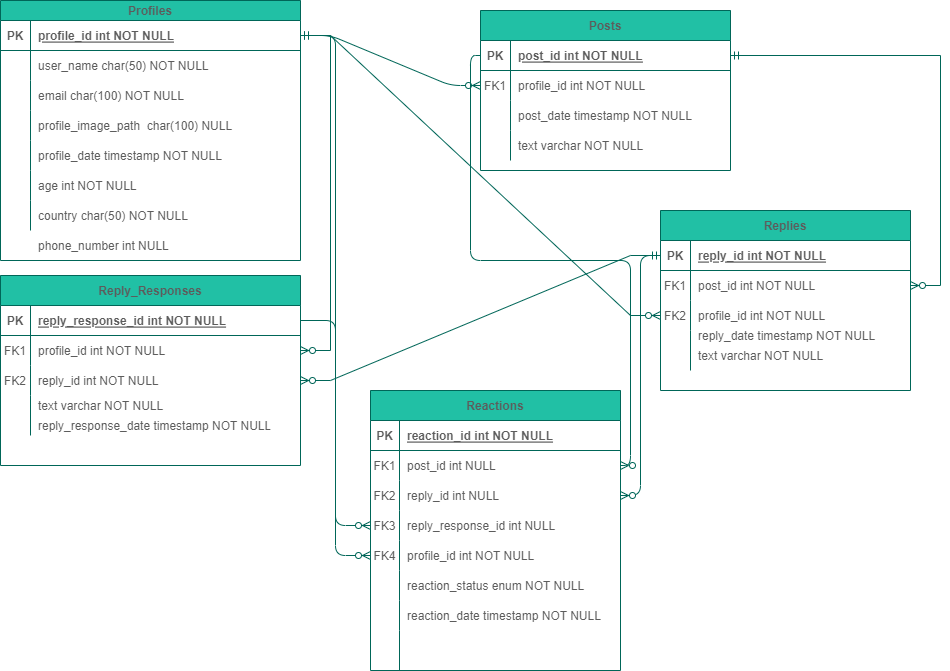
Mohammed-ALmasry/ERD_databases keeps this draw.io diagram as database.drawio.png. Above is the earlier version. Source tidied: cells renumbered, new cells last; positions are measured from the earlier drawing's top-left corner, leaving out a move shared by most shapes.
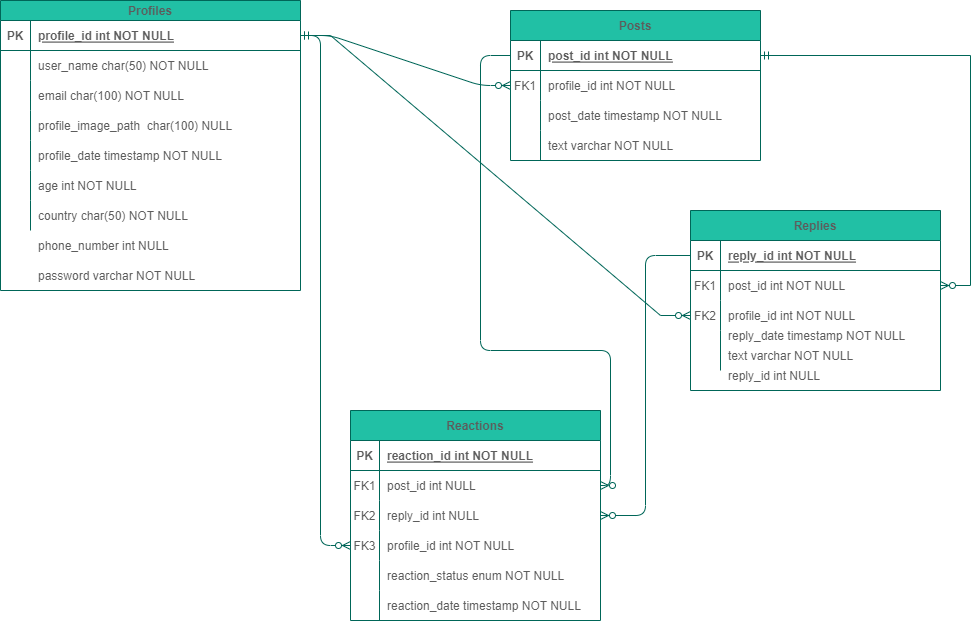
The same diagram one commit later.

Commit message:
Delete reply_responses table and Update Profiles table in database.drawio.png

What changed in the source:
```diff
@@ -6,7 +6,7 @@
       <mxGeometry relative="1" as="geometry" />
     </mxCell>
     <mxCell id="3" value="Posts" style="shape=table;startSize=30;rowLines=0;fontStyle=1;align=center;fillColor=#21C0A5;strokeColor=#006658;fontColor=#5C5C5C;" parent="1" vertex="1">
-      <mxGeometry x="480" y="10" width="250" height="160" as="geometry" />
+      <mxGeometry x="480" y="10" width="250" height="150" as="geometry" />
     </mxCell>
     <mxCell id="4" style="shape=partialRectangle;fillColor=none;points=[[0,0.5],[1,0.5]];portConstraint=eastwest;top=0;left=0;right=0;bottom=1;strokeColor=#006658;fontColor=#5C5C5C;" parent="3" vertex="1">
       <mxGeometry y="30" width="250" height="30" as="geometry" />
@@ -84,7 +84,7 @@
       <mxGeometry x="30" width="220" height="40" as="geometry" />
     </mxCell>
     <mxCell id="29" value="Profiles" style="shape=table;startSize=20;rowLines=0;fontStyle=1;align=center;fillColor=#21C0A5;strokeColor=#006658;fontColor=#5C5C5C;" parent="1" vertex="1">
-      <mxGeometry width="300" height="260" as="geometry" />
+      <mxGeometry x="-30" width="300" height="290" as="geometry" />
     </mxCell>
     <mxCell id="30" style="shape=partialRectangle;fillColor=none;points=[[0,0.5],[1,0.5]];portConstraint=eastwest;top=0;left=0;right=0;bottom=1;strokeColor=#006658;fontColor=#5C5C5C;" parent="29" vertex="1">
       <mxGeometry y="20" width="300" height="30" as="geometry" />
@@ -152,72 +152,21 @@
     <mxCell id="51" value="text varchar NOT NULL" style="shape=partialRectangle;overflow=hidden;fillColor=none;top=0;left=0;bottom=0;right=0;align=left;spacingLeft=6;strokeColor=#006658;fontColor=#5C5C5C;" parent="1" vertex="1">
       <mxGeometry x="690" y="340" width="220" height="30" as="geometry" />
     </mxCell>
-    <mxCell id="52" value="Reply_Responses" style="shape=table;startSize=30;rowLines=0;fontStyle=1;align=center;fillColor=#21C0A5;strokeColor=#006658;fontColor=#5C5C5C;" parent="1" vertex="1">
-      <mxGeometry y="275" width="300" height="190" as="geometry" />
-    </mxCell>
-    <mxCell id="53" style="shape=partialRectangle;fillColor=none;points=[[0,0.5],[1,0.5]];portConstraint=eastwest;top=0;left=0;right=0;bottom=1;strokeColor=#006658;fontColor=#5C5C5C;" parent="52" vertex="1">
-      <mxGeometry y="30" width="300" height="30" as="geometry" />
-    </mxCell>
-    <mxCell id="54" value="PK" style="shape=partialRectangle;overflow=hidden;fillColor=none;top=0;left=0;bottom=0;right=0;fontStyle=1;strokeColor=#006658;fontColor=#5C5C5C;" parent="53" vertex="1">
-      <mxGeometry width="30" height="30" as="geometry" />
-    </mxCell>
-    <mxCell id="55" value="reply_response_id int NOT NULL " style="shape=partialRectangle;overflow=hidden;fillColor=none;top=0;left=0;bottom=0;right=0;align=left;spacingLeft=6;fontStyle=5;strokeColor=#006658;fontColor=#5C5C5C;" parent="53" vertex="1">
-      <mxGeometry x="30" width="270" height="30" as="geometry" />
-    </mxCell>
-    <mxCell id="56" style="shape=partialRectangle;fillColor=none;points=[[0,0.5],[1,0.5]];portConstraint=eastwest;top=0;left=0;right=0;bottom=0;strokeColor=#006658;fontColor=#5C5C5C;" parent="52" vertex="1">
-      <mxGeometry y="60" width="300" height="30" as="geometry" />
-    </mxCell>
-    <mxCell id="57" value="FK1" style="shape=partialRectangle;overflow=hidden;fillColor=none;top=0;left=0;bottom=0;right=0;strokeColor=#006658;fontColor=#5C5C5C;" parent="56" vertex="1">
-      <mxGeometry width="30" height="30" as="geometry" />
-    </mxCell>
-    <mxCell id="58" value="profile_id int NOT NULL" style="shape=partialRectangle;overflow=hidden;fillColor=none;top=0;left=0;bottom=0;right=0;align=left;spacingLeft=6;strokeColor=#006658;fontColor=#5C5C5C;" parent="56" vertex="1">
-      <mxGeometry x="30" width="270" height="30" as="geometry" />
-    </mxCell>
-    <mxCell id="59" style="shape=partialRectangle;fillColor=none;points=[[0,0.5],[1,0.5]];portConstraint=eastwest;top=0;left=0;right=0;bottom=0;strokeColor=#006658;fontColor=#5C5C5C;" parent="52" vertex="1">
-      <mxGeometry y="90" width="300" height="30" as="geometry" />
-    </mxCell>
-    <mxCell id="60" value="FK2" style="shape=partialRectangle;overflow=hidden;fillColor=none;top=0;left=0;bottom=0;right=0;strokeColor=#006658;fontColor=#5C5C5C;" parent="59" vertex="1">
-      <mxGeometry width="30" height="30" as="geometry" />
-    </mxCell>
-    <mxCell id="61" value="reply_id int NOT NULL" style="shape=partialRectangle;overflow=hidden;fillColor=none;top=0;left=0;bottom=0;right=0;align=left;spacingLeft=6;strokeColor=#006658;fontColor=#5C5C5C;" parent="59" vertex="1">
-      <mxGeometry x="30" width="270" height="30" as="geometry" />
-    </mxCell>
-    <mxCell id="62" style="shape=partialRectangle;fillColor=none;top=0;left=0;right=0;bottom=0;strokeColor=#006658;fontColor=#5C5C5C;" parent="52" vertex="1">
-      <mxGeometry y="120" width="300" height="40" as="geometry" />
-    </mxCell>
-    <mxCell id="63" style="shape=partialRectangle;overflow=hidden;fillColor=none;top=0;left=0;bottom=0;right=0;strokeColor=#006658;fontColor=#5C5C5C;" parent="62" vertex="1">
-      <mxGeometry width="30" height="40" as="geometry" />
-    </mxCell>
-    <mxCell id="64" style="shape=partialRectangle;overflow=hidden;fillColor=none;top=0;left=0;bottom=0;right=0;align=left;spacingLeft=6;strokeColor=#006658;fontColor=#5C5C5C;" parent="62" vertex="1">
-      <mxGeometry x="30" width="270" height="40" as="geometry" />
-    </mxCell>
-    <mxCell id="65" value="text varchar NOT NULL" style="shape=partialRectangle;overflow=hidden;fillColor=none;top=0;left=0;bottom=0;right=0;align=left;spacingLeft=6;strokeColor=#006658;fontColor=#5C5C5C;" parent="1" vertex="1">
-      <mxGeometry x="30" y="390" width="220" height="30" as="geometry" />
-    </mxCell>
-    <mxCell id="66" value="reply_response_date timestamp NOT NULL" style="shape=partialRectangle;overflow=hidden;fillColor=none;top=0;left=0;bottom=0;right=0;align=left;spacingLeft=6;strokeColor=#006658;fontColor=#5C5C5C;" parent="1" vertex="1">
-      <mxGeometry x="30" y="410" width="240" height="30" as="geometry" />
-    </mxCell>
     <mxCell id="67" value="profile_date timestamp NOT NULL" style="shape=partialRectangle;overflow=hidden;fillColor=none;top=0;left=0;bottom=0;right=0;align=left;spacingLeft=6;strokeColor=#006658;fontColor=#5C5C5C;" parent="1" vertex="1">
-      <mxGeometry x="30" y="140" width="240" height="30" as="geometry" />
+      <mxGeometry y="140" width="240" height="30" as="geometry" />
     </mxCell>
     <mxCell id="68" value="reply_date timestamp NOT NULL" style="shape=partialRectangle;overflow=hidden;fillColor=none;top=0;left=0;bottom=0;right=0;align=left;spacingLeft=6;strokeColor=#006658;fontColor=#5C5C5C;" parent="1" vertex="1">
       <mxGeometry x="690" y="320" width="240" height="30" as="geometry" />
     </mxCell>
     <mxCell id="69" value="country char(50) NOT NULL" style="shape=partialRectangle;overflow=hidden;fillColor=none;top=0;left=0;bottom=0;right=0;align=left;spacingLeft=6;strokeColor=#006658;fontColor=#5C5C5C;" parent="1" vertex="1">
-      <mxGeometry x="30" y="200" width="270" height="30" as="geometry" />
+      <mxGeometry y="200" width="270" height="30" as="geometry" />
     </mxCell>
     <mxCell id="70" value="email char(100) NOT NULL" style="shape=partialRectangle;overflow=hidden;fillColor=none;top=0;left=0;bottom=0;right=0;align=left;spacingLeft=6;strokeColor=#006658;fontColor=#5C5C5C;" parent="1" vertex="1">
-      <mxGeometry x="30" y="80" width="270" height="30" as="geometry" />
+      <mxGeometry y="80" width="270" height="30" as="geometry" />
     </mxCell>
     <mxCell id="71" value="phone_number int NULL" style="shape=partialRectangle;overflow=hidden;fillColor=none;top=0;left=0;bottom=0;right=0;align=left;spacingLeft=6;strokeColor=#006658;fontColor=#5C5C5C;" parent="1" vertex="1">
-      <mxGeometry x="30" y="230" width="270" height="30" as="geometry" />
+      <mxGeometry y="230" width="270" height="30" as="geometry" />
     </mxCell>
-    <mxCell id="72" style="edgeStyle=entityRelationEdgeStyle;fontSize=12;html=1;endArrow=ERzeroToMany;startArrow=ERmandOne;rounded=0;strokeColor=#006658;fontColor=#5C5C5C;fillColor=#21C0A5;" parent="1" edge="1" source="17" target="59">
-      <mxGeometry relative="1" as="geometry" />
-    </mxCell>
-    <mxCell id="73" style="edgeStyle=entityRelationEdgeStyle;fontSize=12;html=1;endArrow=ERzeroToMany;startArrow=ERmandOne;rounded=0;strokeColor=#006658;fontColor=#5C5C5C;fillColor=#21C0A5;" parent="1" edge="1" source="30" target="56">
-      <mxGeometry relative="1" as="geometry" />
-    </mxCell>
     <mxCell id="74" style="edgeStyle=entityRelationEdgeStyle;fontSize=12;html=1;endArrow=ERzeroToMany;startArrow=ERmandOne;rounded=0;strokeColor=#006658;fontColor=#5C5C5C;fillColor=#21C0A5;" parent="1" edge="1" source="4" target="20">
       <mxGeometry relative="1" as="geometry" />
     </mxCell>
@@ -225,7 +174,7 @@
       <mxGeometry relative="1" as="geometry" />
     </mxCell>
     <mxCell id="76" value="Reactions" style="shape=table;startSize=30;rowLines=0;fontStyle=1;align=center;fillColor=#21C0A5;strokeColor=#006658;fontColor=#5C5C5C;" parent="1" vertex="1">
-      <mxGeometry x="370" y="390" width="250" height="280" as="geometry" />
+      <mxGeometry x="320" y="410" width="250" height="210" as="geometry" />
     </mxCell>
     <mxCell id="77" style="shape=partialRectangle;fillColor=none;top=0;left=0;right=0;bottom=1;strokeColor=#006658;fontColor=#5C5C5C;" parent="76" vertex="1">
       <mxGeometry y="30" width="250" height="30" as="geometry" />
@@ -260,20 +209,11 @@
     <mxCell id="87" value="FK3" style="shape=partialRectangle;overflow=hidden;fillColor=none;top=0;left=0;bottom=0;right=0;strokeColor=#006658;fontColor=#5C5C5C;" parent="86" vertex="1">
       <mxGeometry width="29" height="30" as="geometry" />
     </mxCell>
-    <mxCell id="88" value="reply_response_id int NULL" style="shape=partialRectangle;overflow=hidden;fillColor=none;top=0;left=0;bottom=0;right=0;align=left;spacingLeft=6;strokeColor=#006658;fontColor=#5C5C5C;" parent="86" vertex="1">
+    <mxCell id="88" value="profile_id int NOT NULL" style="shape=partialRectangle;overflow=hidden;fillColor=none;top=0;left=0;bottom=0;right=0;align=left;spacingLeft=6;strokeColor=#006658;fontColor=#5C5C5C;" parent="86" vertex="1">
       <mxGeometry x="29" width="221" height="30" as="geometry" />
     </mxCell>
-    <mxCell id="89" style="shape=partialRectangle;fillColor=none;points=[[0,0.5],[1,0.5]];portConstraint=eastwest;top=0;left=0;right=0;bottom=0;strokeColor=#006658;fontColor=#5C5C5C;" parent="76" vertex="1">
-      <mxGeometry y="150" width="250" height="30" as="geometry" />
-    </mxCell>
-    <mxCell id="90" value="FK4" style="shape=partialRectangle;overflow=hidden;fillColor=none;top=0;left=0;bottom=0;right=0;strokeColor=#006658;fontColor=#5C5C5C;" parent="89" vertex="1">
-      <mxGeometry width="29" height="30" as="geometry" />
-    </mxCell>
-    <mxCell id="91" value="profile_id int NOT NULL" style="shape=partialRectangle;overflow=hidden;fillColor=none;top=0;left=0;bottom=0;right=0;align=left;spacingLeft=6;strokeColor=#006658;fontColor=#5C5C5C;" parent="89" vertex="1">
-      <mxGeometry x="29" width="221" height="30" as="geometry" />
-    </mxCell>
     <mxCell id="92" style="shape=partialRectangle;fillColor=none;top=0;left=0;right=0;bottom=0;strokeColor=#006658;fontColor=#5C5C5C;" parent="76" vertex="1">
-      <mxGeometry y="180" width="250" height="30" as="geometry" />
+      <mxGeometry y="150" width="250" height="30" as="geometry" />
     </mxCell>
     <mxCell id="93" style="shape=partialRectangle;overflow=hidden;fillColor=none;top=0;left=0;bottom=0;right=0;strokeColor=#006658;fontColor=#5C5C5C;" parent="92" vertex="1">
       <mxGeometry width="29" height="30" as="geometry" />
@@ -282,7 +222,7 @@
       <mxGeometry x="29" width="221" height="30" as="geometry" />
     </mxCell>
     <mxCell id="95" style="shape=partialRectangle;fillColor=none;top=0;left=0;right=0;bottom=0;strokeColor=#006658;fontColor=#5C5C5C;" parent="76" vertex="1">
-      <mxGeometry y="210" width="250" height="30" as="geometry" />
+      <mxGeometry y="180" width="250" height="30" as="geometry" />
     </mxCell>
     <mxCell id="96" style="shape=partialRectangle;overflow=hidden;fillColor=none;top=0;left=0;bottom=0;right=0;strokeColor=#006658;fontColor=#5C5C5C;" parent="95" vertex="1">
       <mxGeometry width="29" height="30" as="geometry" />
@@ -290,26 +230,32 @@
     <mxCell id="97" value="reaction_date timestamp NOT NULL" style="shape=partialRectangle;overflow=hidden;fillColor=none;top=0;left=0;bottom=0;right=0;align=left;spacingLeft=6;strokeColor=#006658;fontColor=#5C5C5C;" parent="95" vertex="1">
       <mxGeometry x="29" width="221" height="30" as="geometry" />
     </mxCell>
-    <mxCell id="98" style="shape=partialRectangle;fillColor=none;top=0;left=0;right=0;bottom=0;strokeColor=#006658;fontColor=#5C5C5C;" parent="76" vertex="1">
-      <mxGeometry y="240" width="250" height="40" as="geometry" />
-    </mxCell>
-    <mxCell id="99" style="shape=partialRectangle;overflow=hidden;fillColor=none;top=0;left=0;bottom=0;right=0;strokeColor=#006658;fontColor=#5C5C5C;" parent="98" vertex="1">
-      <mxGeometry width="29" height="40" as="geometry" />
-    </mxCell>
-    <mxCell id="100" style="shape=partialRectangle;overflow=hidden;fillColor=none;top=0;left=0;bottom=0;right=0;align=left;spacingLeft=6;strokeColor=#006658;fontColor=#5C5C5C;" parent="98" vertex="1">
-      <mxGeometry x="29" width="221" height="40" as="geometry" />
-    </mxCell>
-    <mxCell id="101" style="edgeStyle=orthogonalEdgeStyle;fontSize=11;html=1;endArrow=ERzeroToMany;endFill=1;fontFamily=Helvetica;fontColor=#5C5C5C;align=center;strokeColor=#006658;fillColor=#21C0A5;" parent="1" edge="1" source="53" target="86">
-      <mxGeometry relative="1" as="geometry" />
-    </mxCell>
     <mxCell id="102" style="edgeStyle=orthogonalEdgeStyle;fontSize=11;html=1;endArrow=ERzeroToMany;endFill=1;fontFamily=Helvetica;fontColor=#5C5C5C;align=center;strokeColor=#006658;fillColor=#21C0A5;" parent="1" edge="1" source="17" target="83">
       <mxGeometry relative="1" as="geometry" />
     </mxCell>
     <mxCell id="103" style="edgeStyle=orthogonalEdgeStyle;fontSize=11;html=1;endArrow=ERzeroToMany;endFill=1;fontFamily=Helvetica;fontColor=#5C5C5C;align=center;strokeColor=#006658;fillColor=#21C0A5;" parent="1" edge="1" source="4" target="80">
-      <mxGeometry relative="1" as="geometry" />
+      <mxGeometry relative="1" as="geometry">
+        <Array as="points">
+          <mxPoint x="450" y="55" />
+          <mxPoint x="450" y="350" />
+          <mxPoint x="580" y="350" />
+          <mxPoint x="580" y="485" />
+        </Array>
+      </mxGeometry>
     </mxCell>
-    <mxCell id="104" style="edgeStyle=orthogonalEdgeStyle;fontSize=11;html=1;endArrow=ERzeroToMany;endFill=1;fontFamily=Helvetica;fontColor=#5C5C5C;align=center;strokeColor=#006658;fillColor=#21C0A5;" parent="1" edge="1" source="30" target="89">
-      <mxGeometry relative="1" as="geometry" />
+    <mxCell id="104" style="edgeStyle=orthogonalEdgeStyle;fontSize=11;html=1;endArrow=ERzeroToMany;endFill=1;fontFamily=Helvetica;fontColor=#5C5C5C;align=center;strokeColor=#006658;fillColor=#21C0A5;" parent="1" edge="1" source="30" target="86">
+      <mxGeometry relative="1" as="geometry">
+        <Array as="points">
+          <mxPoint x="290" y="35" />
+          <mxPoint x="290" y="545" />
+        </Array>
+      </mxGeometry>
     </mxCell>
+    <mxCell id="105" value="reply_id int NULL" style="shape=partialRectangle;overflow=hidden;fillColor=none;top=0;left=0;bottom=0;right=0;align=left;spacingLeft=6;strokeColor=#006658;fontColor=#5C5C5C;" parent="1" vertex="1">
+      <mxGeometry x="690" y="360" width="220" height="30" as="geometry" />
+    </mxCell>
+    <mxCell id="106" value="password varchar NOT NULL" style="shape=partialRectangle;overflow=hidden;fillColor=none;top=0;left=0;bottom=0;right=0;align=left;spacingLeft=6;strokeColor=#006658;fontColor=#5C5C5C;" parent="1" vertex="1">
+      <mxGeometry y="260" width="270" height="30" as="geometry" />
+    </mxCell>
   </root>
 </mxGraphModel>
```
